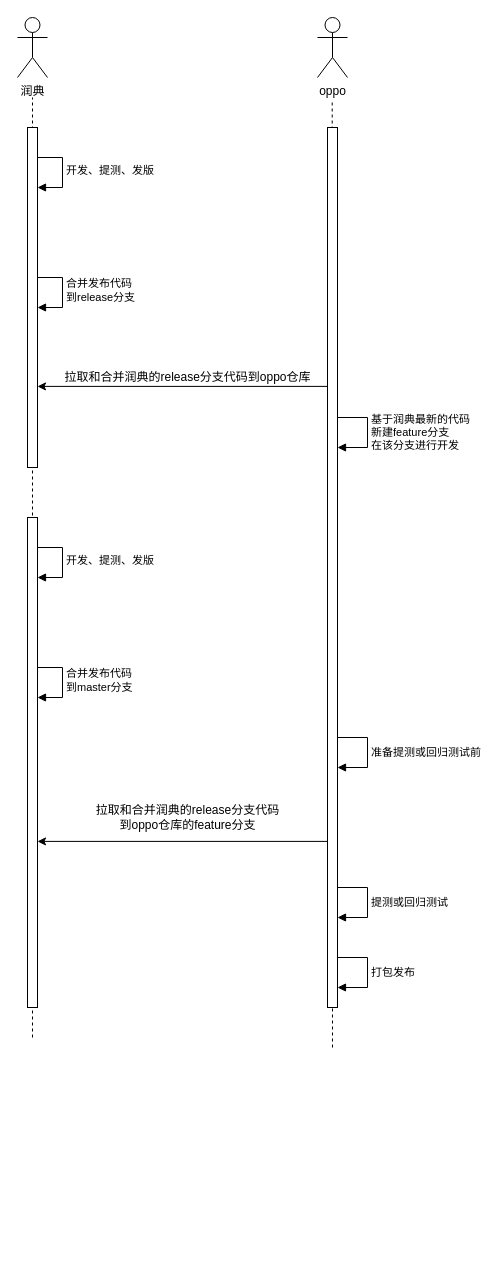
Before: 润典协作2.drawio in Hantron/jira, a draw.io diagram. Source tidied: cells renumbered, new cells numbered last; positions are measured from the earlier drawing's top-left corner, leaving out a move shared by most shapes. Both pictures are drawn from the tidied source at 100%, with x=0, y=0 at pixel (17, 17).
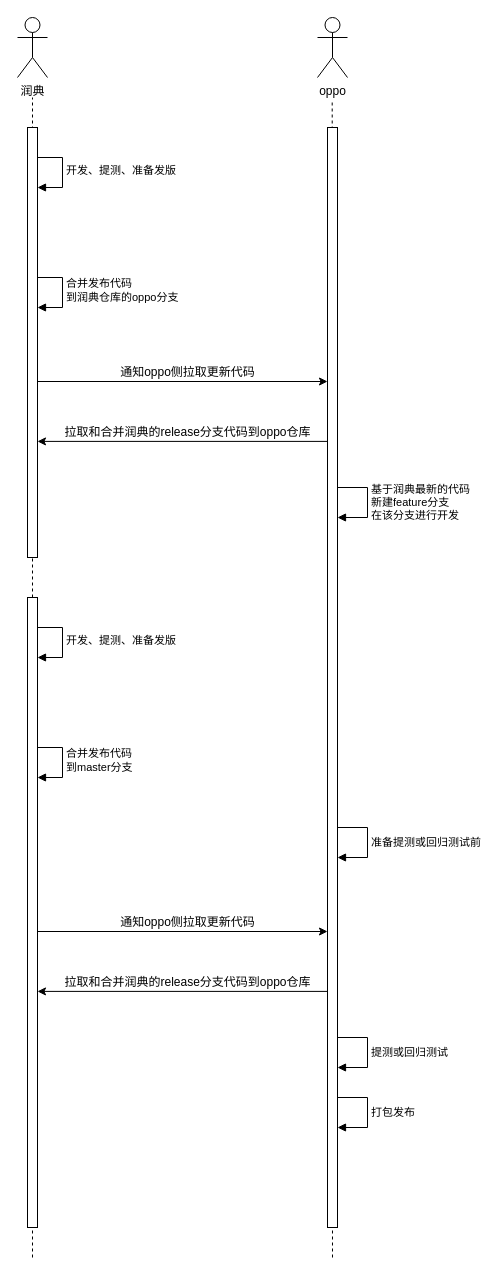
After the change.

Commit message (it also covers changes not shown here):
更新润典协作2.drawio

What changed in the source:
```diff
@@
-    <mxCell id="2" value="开发、提测、发版" style="html=1;align=left;spacingLeft=2;endArrow=block;rounded=0;edgeStyle=orthogonalEdgeStyle;curved=0;rounded=0;" parent="1" edge="1">
+    <mxCell id="2" value="开发、提测、准备发版" style="html=1;align=left;spacingLeft=2;endArrow=block;rounded=0;edgeStyle=orthogonalEdgeStyle;curved=0;rounded=0;" parent="1" edge="1">
       <mxGeometry relative="1" as="geometry">
         <mxPoint x="15" y="140" as="sourcePoint" />
         <mxPoint x="20" y="170" as="targetPoint" />
         <Array as="points">
           <mxPoint x="45" y="170" />
         </Array>
       </mxGeometry>
     </mxCell>
@@
     <mxCell id="5" style="endArrow=none;dashed=1;html=1;rounded=0;" parent="1" edge="1">
       <mxGeometry relative="1" as="geometry">
-        <mxPoint x="315" y="1030" as="sourcePoint" />
+        <mxPoint x="315" y="1240" as="sourcePoint" />
         <mxPoint x="314.7" y="84" as="targetPoint" />
       </mxGeometry>
     </mxCell>
@@
     <mxCell id="8" style="endArrow=classic;endFill=1;html=1;rounded=0;" parent="1" edge="1">
       <mxGeometry relative="1" as="geometry">
-        <mxPoint x="20" y="368.9" as="sourcePoint" />
-        <mxPoint x="20" y="368.9" as="targetPoint" />
+        <mxPoint x="20" y="423.9" as="sourcePoint" />
+        <mxPoint x="20" y="423.9" as="targetPoint" />
       </mxGeometry>
     </mxCell>
     <mxCell id="9" value="拉取和合并润典的release分支代码到oppo仓库" style="text;html=1;align=center;verticalAlign=middle;strokeColor=none;fillColor=none;" parent="1" vertex="1">
-      <mxGeometry x="35" y="345" width="270" height="30" as="geometry" />
+      <mxGeometry x="35" y="400" width="270" height="30" as="geometry" />
     </mxCell>
     <mxCell id="10" style="html=1;perimeter=orthogonalPerimeter;targetShapes=umlLifeline;newEdgeStyle={&quot;curved&quot;:0,&quot;rounded&quot;:0};" parent="1" vertex="1">
-      <mxGeometry x="310" y="110" width="10" height="880" as="geometry" />
+      <mxGeometry x="310" y="110" width="10" height="1100" as="geometry" />
     </mxCell>
     <mxCell id="11" value="基于润典最新的代码&lt;div&gt;新建feature分支&lt;div&gt;&lt;div&gt;&lt;div&gt;&lt;div&gt;在该分支进行开发&lt;/div&gt;&lt;/div&gt;&lt;/div&gt;&lt;/div&gt;&lt;/div&gt;" style="html=1;align=left;spacingLeft=2;endArrow=block;rounded=0;edgeStyle=orthogonalEdgeStyle;curved=0;rounded=0;" parent="1" edge="1">
       <mxGeometry relative="1" as="geometry">
-        <mxPoint x="320" y="400" as="sourcePoint" />
-        <mxPoint x="320" y="430" as="targetPoint" />
+        <mxPoint x="320" y="470" as="sourcePoint" />
+        <mxPoint x="320" y="500" as="targetPoint" />
         <Array as="points">
-          <mxPoint x="350" y="400" />
-          <mxPoint x="350" y="430" />
+          <mxPoint x="350" y="470" />
+          <mxPoint x="350" y="500" />
         </Array>
       </mxGeometry>
     </mxCell>
-    <mxCell id="12" value="合并发布代码&lt;div&gt;到release分支&lt;/div&gt;" style="html=1;align=left;spacingLeft=2;endArrow=block;rounded=0;edgeStyle=orthogonalEdgeStyle;curved=0;rounded=0;" parent="1" edge="1">
+    <mxCell id="12" value="合并发布代码&lt;div&gt;到润典仓库的oppo分支&lt;/div&gt;" style="html=1;align=left;spacingLeft=2;endArrow=block;rounded=0;edgeStyle=orthogonalEdgeStyle;curved=0;rounded=0;" parent="1" edge="1">
       <mxGeometry relative="1" as="geometry">
         <mxPoint x="15" y="260" as="sourcePoint" />
         <mxPoint x="20" y="290" as="targetPoint" />
         <Array as="points">
           <mxPoint x="45" y="290" />
         </Array>
       </mxGeometry>
     </mxCell>
     <mxCell id="13" style="endArrow=none;dashed=1;html=1;rounded=0;" parent="1" edge="1" target="15">
       <mxGeometry relative="1" as="geometry">
-        <mxPoint x="15" y="1020" as="sourcePoint" />
+        <mxPoint x="15" y="1240" as="sourcePoint" />
       </mxGeometry>
     </mxCell>
     <mxCell id="14" style="endArrow=classic;endFill=1;html=1;rounded=0;" parent="1" edge="1">
       <mxGeometry relative="1" as="geometry">
-        <mxPoint x="310" y="368.9" as="sourcePoint" />
-        <mxPoint x="20" y="368.9" as="targetPoint" />
+        <mxPoint x="310" y="423.9" as="sourcePoint" />
+        <mxPoint x="20" y="423.9" as="targetPoint" />
       </mxGeometry>
     </mxCell>
     <mxCell id="15" style="html=1;points=[[0,0,0,0,5],[0,1,0,0,-5],[1,0,0,0,5],[1,1,0,0,-5]];perimeter=orthogonalPerimeter;outlineConnect=0;targetShapes=umlLifeline;portConstraint=eastwest;newEdgeStyle={&quot;curved&quot;:0,&quot;rounded&quot;:0};" parent="1" vertex="1">
-      <mxGeometry x="10" y="110" width="10" height="340" as="geometry" />
+      <mxGeometry x="10" y="110" width="10" height="430" as="geometry" />
     </mxCell>
-    <mxCell id="16" value="开发、提测、发版" style="html=1;align=left;spacingLeft=2;endArrow=block;rounded=0;edgeStyle=orthogonalEdgeStyle;curved=0;rounded=0;" parent="1" edge="1">
+    <mxCell id="16" value="开发、提测、准备发版" style="html=1;align=left;spacingLeft=2;endArrow=block;rounded=0;edgeStyle=orthogonalEdgeStyle;curved=0;rounded=0;" parent="1" edge="1">
       <mxGeometry relative="1" as="geometry">
-        <mxPoint x="15" y="530" as="sourcePoint" />
-        <mxPoint x="20" y="560" as="targetPoint" />
+        <mxPoint x="15" y="610" as="sourcePoint" />
+        <mxPoint x="20" y="640" as="targetPoint" />
         <Array as="points">
-          <mxPoint x="45" y="560" />
+          <mxPoint x="45" y="640" />
         </Array>
       </mxGeometry>
     </mxCell>
     <mxCell id="17" style="endArrow=none;dashed=1;html=1;rounded=0;" parent="1" edge="1" source="20">
       <mxGeometry relative="1" as="geometry">
-        <mxPoint x="15" y="720" as="targetPoint" />
+        <mxPoint x="15" y="800" as="targetPoint" />
       </mxGeometry>
     </mxCell>
     <mxCell id="18" style="endArrow=classic;endFill=1;html=1;rounded=0;" parent="1" edge="1">
       <mxGeometry relative="1" as="geometry">
-        <mxPoint x="20" y="818.9" as="sourcePoint" />
-        <mxPoint x="20" y="818.9" as="targetPoint" />
+        <mxPoint x="20" y="898.9" as="sourcePoint" />
+        <mxPoint x="20" y="898.9" as="targetPoint" />
       </mxGeometry>
     </mxCell>
     <mxCell id="19" value="合并发布代码&lt;div&gt;到master分支&lt;/div&gt;" style="html=1;align=left;spacingLeft=2;endArrow=block;rounded=0;edgeStyle=orthogonalEdgeStyle;curved=0;rounded=0;" parent="1" edge="1">
       <mxGeometry relative="1" as="geometry">
-        <mxPoint x="15" y="650" as="sourcePoint" />
-        <mxPoint x="20" y="680" as="targetPoint" />
+        <mxPoint x="15" y="730" as="sourcePoint" />
+        <mxPoint x="20" y="760" as="targetPoint" />
         <Array as="points">
-          <mxPoint x="45" y="680" />
+          <mxPoint x="45" y="760" />
         </Array>
       </mxGeometry>
     </mxCell>
     <mxCell id="20" style="html=1;points=[[0,0,0,0,5],[0,1,0,0,-5],[1,0,0,0,5],[1,1,0,0,-5]];perimeter=orthogonalPerimeter;outlineConnect=0;targetShapes=umlLifeline;portConstraint=eastwest;newEdgeStyle={&quot;curved&quot;:0,&quot;rounded&quot;:0};" parent="1" vertex="1">
-      <mxGeometry x="10" y="500" width="10" height="490" as="geometry" />
+      <mxGeometry x="10" y="580" width="10" height="630" as="geometry" />
     </mxCell>
     <mxCell id="21" style="endArrow=classic;endFill=1;html=1;rounded=0;" parent="1" edge="1">
       <mxGeometry relative="1" as="geometry">
-        <mxPoint x="20" y="823.9" as="sourcePoint" />
-        <mxPoint x="20" y="823.9" as="targetPoint" />
+        <mxPoint x="20" y="903.9" as="sourcePoint" />
+        <mxPoint x="20" y="903.9" as="targetPoint" />
       </mxGeometry>
     </mxCell>
-    <mxCell id="22" value="拉取和合并润典的release分支代码&lt;div&gt;到oppo仓库的feature分支&lt;/div&gt;" style="text;html=1;align=center;verticalAlign=middle;strokeColor=none;fillColor=none;" parent="1" vertex="1">
-      <mxGeometry x="65" y="780" width="210" height="40" as="geometry" />
-    </mxCell>
-    <mxCell id="23" style="endArrow=classic;endFill=1;html=1;rounded=0;" parent="1" edge="1">
-      <mxGeometry relative="1" as="geometry">
-        <mxPoint x="310" y="823.9" as="sourcePoint" />
-        <mxPoint x="20" y="823.9" as="targetPoint" />
-      </mxGeometry>
-    </mxCell>
     <mxCell id="24" value="准备提测或回归测试前" style="html=1;align=left;spacingLeft=2;endArrow=block;rounded=0;edgeStyle=orthogonalEdgeStyle;curved=0;rounded=0;" parent="1" edge="1">
       <mxGeometry relative="1" as="geometry">
-        <mxPoint x="320" y="720" as="sourcePoint" />
-        <mxPoint x="320" y="750" as="targetPoint" />
+        <mxPoint x="320" y="810" as="sourcePoint" />
+        <mxPoint x="320" y="840" as="targetPoint" />
         <Array as="points">
-          <mxPoint x="350" y="720" />
-          <mxPoint x="350" y="750" />
+          <mxPoint x="350" y="810" />
+          <mxPoint x="350" y="840" />
         </Array>
       </mxGeometry>
     </mxCell>
     <mxCell id="25" value="提测或回归测试" style="html=1;align=left;spacingLeft=2;endArrow=block;rounded=0;edgeStyle=orthogonalEdgeStyle;curved=0;rounded=0;" parent="1" edge="1">
       <mxGeometry relative="1" as="geometry">
-        <mxPoint x="320" y="870" as="sourcePoint" />
-        <mxPoint x="320" y="900" as="targetPoint" />
+        <mxPoint x="320" y="1020" as="sourcePoint" />
+        <mxPoint x="320" y="1050" as="targetPoint" />
         <Array as="points">
-          <mxPoint x="350" y="870" />
-          <mxPoint x="350" y="900" />
+          <mxPoint x="350" y="1020" />
+          <mxPoint x="350" y="1050" />
         </Array>
       </mxGeometry>
     </mxCell>
     <mxCell id="26" value="打包发布" style="html=1;align=left;spacingLeft=2;endArrow=block;rounded=0;edgeStyle=orthogonalEdgeStyle;curved=0;rounded=0;" parent="1" edge="1">
       <mxGeometry relative="1" as="geometry">
-        <mxPoint x="320" y="940" as="sourcePoint" />
-        <mxPoint x="320" y="970" as="targetPoint" />
+        <mxPoint x="320" y="1080" as="sourcePoint" />
+        <mxPoint x="320" y="1110" as="targetPoint" />
         <Array as="points">
-          <mxPoint x="350" y="940" />
-          <mxPoint x="350" y="970" />
+          <mxPoint x="350" y="1080" />
+          <mxPoint x="350" y="1110" />
         </Array>
       </mxGeometry>
     </mxCell>
+    <mxCell id="27" style="endArrow=classic;endFill=1;html=1;rounded=0;" parent="1" edge="1">
+      <mxGeometry relative="1" as="geometry">
+        <mxPoint x="25" y="363.9" as="sourcePoint" />
+        <mxPoint x="25" y="363.9" as="targetPoint" />
+      </mxGeometry>
+    </mxCell>
+    <mxCell id="28" value="通知oppo侧拉取更新代码" style="text;html=1;align=center;verticalAlign=middle;strokeColor=none;fillColor=none;" parent="1" vertex="1">
+      <mxGeometry x="90" y="340" width="160" height="30" as="geometry" />
+    </mxCell>
+    <mxCell id="29" style="endArrow=classic;endFill=1;html=1;rounded=0;strokeColor=default;" parent="1" edge="1">
+      <mxGeometry relative="1" as="geometry">
+        <mxPoint x="20" y="364" as="sourcePoint" />
+        <mxPoint x="310" y="364" as="targetPoint" />
+      </mxGeometry>
+    </mxCell>
+    <mxCell id="30" style="endArrow=classic;endFill=1;html=1;rounded=0;" parent="1" edge="1">
+      <mxGeometry relative="1" as="geometry">
+        <mxPoint x="20" y="973.9" as="sourcePoint" />
+        <mxPoint x="20" y="973.9" as="targetPoint" />
+      </mxGeometry>
+    </mxCell>
+    <mxCell id="31" value="拉取和合并润典的release分支代码到oppo仓库" style="text;html=1;align=center;verticalAlign=middle;strokeColor=none;fillColor=none;" parent="1" vertex="1">
+      <mxGeometry x="35" y="950" width="270" height="30" as="geometry" />
+    </mxCell>
+    <mxCell id="32" style="endArrow=classic;endFill=1;html=1;rounded=0;" parent="1" edge="1">
+      <mxGeometry relative="1" as="geometry">
+        <mxPoint x="310" y="973.9" as="sourcePoint" />
+        <mxPoint x="20" y="973.9" as="targetPoint" />
+      </mxGeometry>
+    </mxCell>
+    <mxCell id="33" style="endArrow=classic;endFill=1;html=1;rounded=0;" parent="1" edge="1">
+      <mxGeometry relative="1" as="geometry">
+        <mxPoint x="25" y="913.9" as="sourcePoint" />
+        <mxPoint x="25" y="913.9" as="targetPoint" />
+      </mxGeometry>
+    </mxCell>
+    <mxCell id="34" value="通知oppo侧拉取更新代码" style="text;html=1;align=center;verticalAlign=middle;strokeColor=none;fillColor=none;" parent="1" vertex="1">
+      <mxGeometry x="90" y="890" width="160" height="30" as="geometry" />
+    </mxCell>
+    <mxCell id="35" style="endArrow=classic;endFill=1;html=1;rounded=0;strokeColor=default;" parent="1" edge="1">
+      <mxGeometry relative="1" as="geometry">
+        <mxPoint x="20" y="914" as="sourcePoint" />
+        <mxPoint x="310" y="914" as="targetPoint" />
+      </mxGeometry>
+    </mxCell>
```
